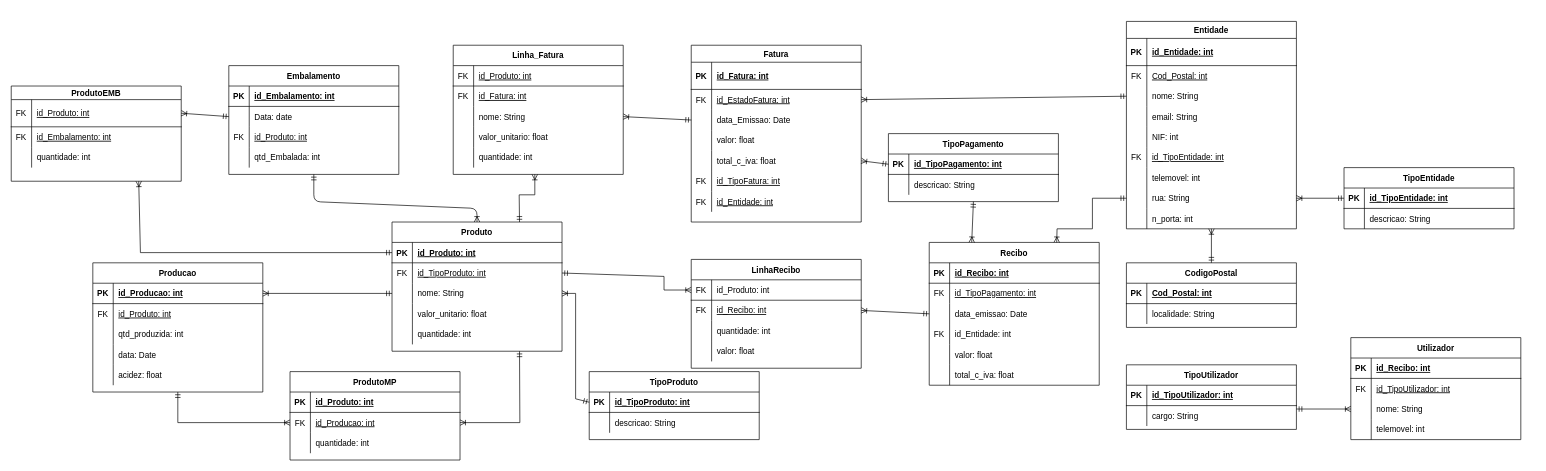
Earlier version of the draw.io diagram BD_Backup/Relacional.drawio (DiogoBernardes/ProjetoII). Source tidied: cells renumbered, new cells numbered last; positions are measured from the earlier drawing's top-left corner, leaving out a move shared by most shapes. Both pictures are drawn from the tidied source at 68%, with x=0, y=0 at pixel (11, 21).
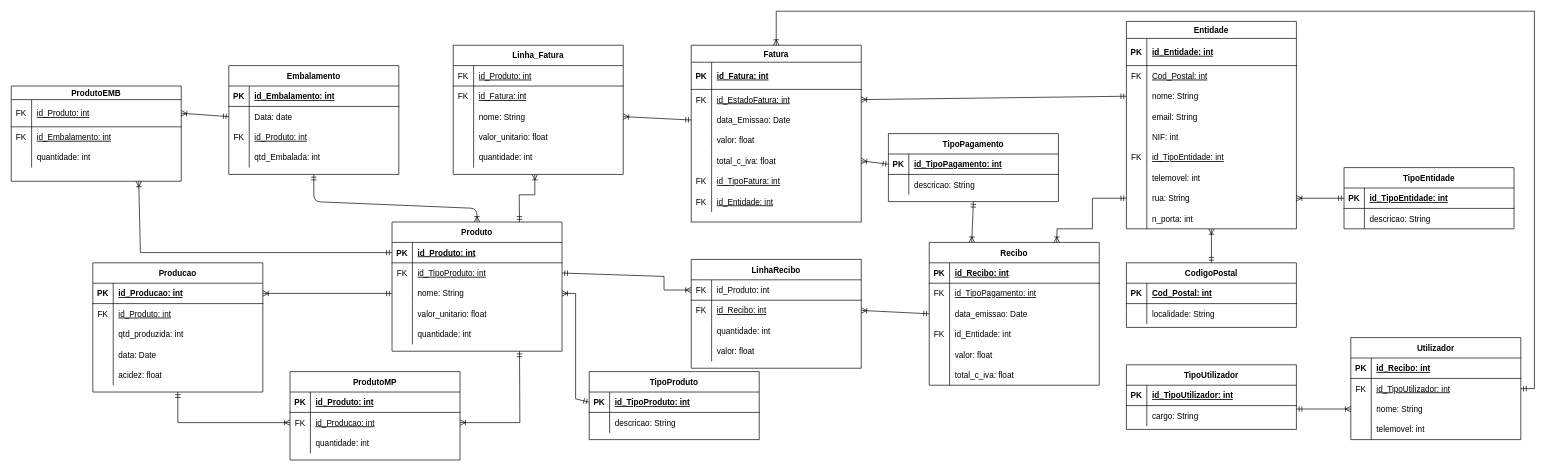
The same page after the edit.

Unchanged cells that the change refers to:
```xml
<mxCell id="90" value="Fatura" style="shape=table;startSize=25;childLayout=tableLayout;rowLines=0;fontStyle=1;align=center;" parent="1" vertex="1">
  <mxGeometry x="1000" y="35" width="250" height="260" as="geometry" />
</mxCell>
<mxCell id="222" style="shape=partialRectangle;fillColor=none;points=[[0,0.5],[1,0.5]];portConstraint=eastwest;top=0;left=0;right=0;bottom=0;" parent="218" vertex="1">
  <mxGeometry y="60" width="250" height="30" as="geometry" />
</mxCell>
```

The edit, as a diff of the source:
```diff
@@
+    <mxCell id="232" style="endArrow=ERoneToMany;html=1;rounded=0;entryX=0.5;entryY=0;entryDx=0;entryDy=0;exitX=1;exitY=0.5;exitDx=0;exitDy=0;startArrow=ERmandOne;startFill=0;endFill=0;" parent="1" edge="1" source="222" target="90">
+      <mxGeometry relative="1" as="geometry">
+        <Array as="points">
+          <mxPoint x="2240" y="540" />
+          <mxPoint x="2240" y="-15" />
+          <mxPoint x="1125" y="-15" />
+        </Array>
+      </mxGeometry>
+    </mxCell>
```
